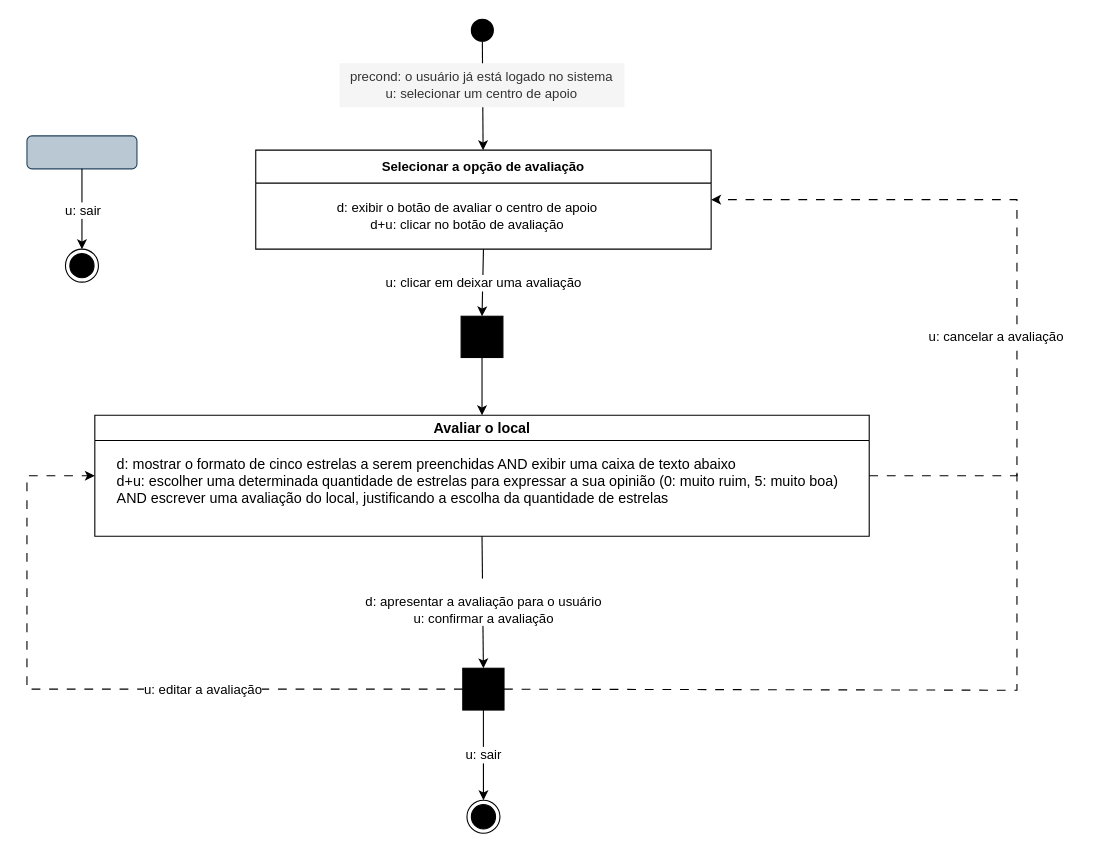
Before: tp ihc - modelagem de interação avaliação.drawio in manuelamfo/TP-IHC-2024-2, a draw.io diagram. Source tidied: cells renumbered, new cells numbered last; positions are measured from the earlier drawing's top-left corner, leaving out a move shared by most shapes. Both pictures are drawn from the tidied source at 110%, with x=0, y=0 at pixel (26, 19).
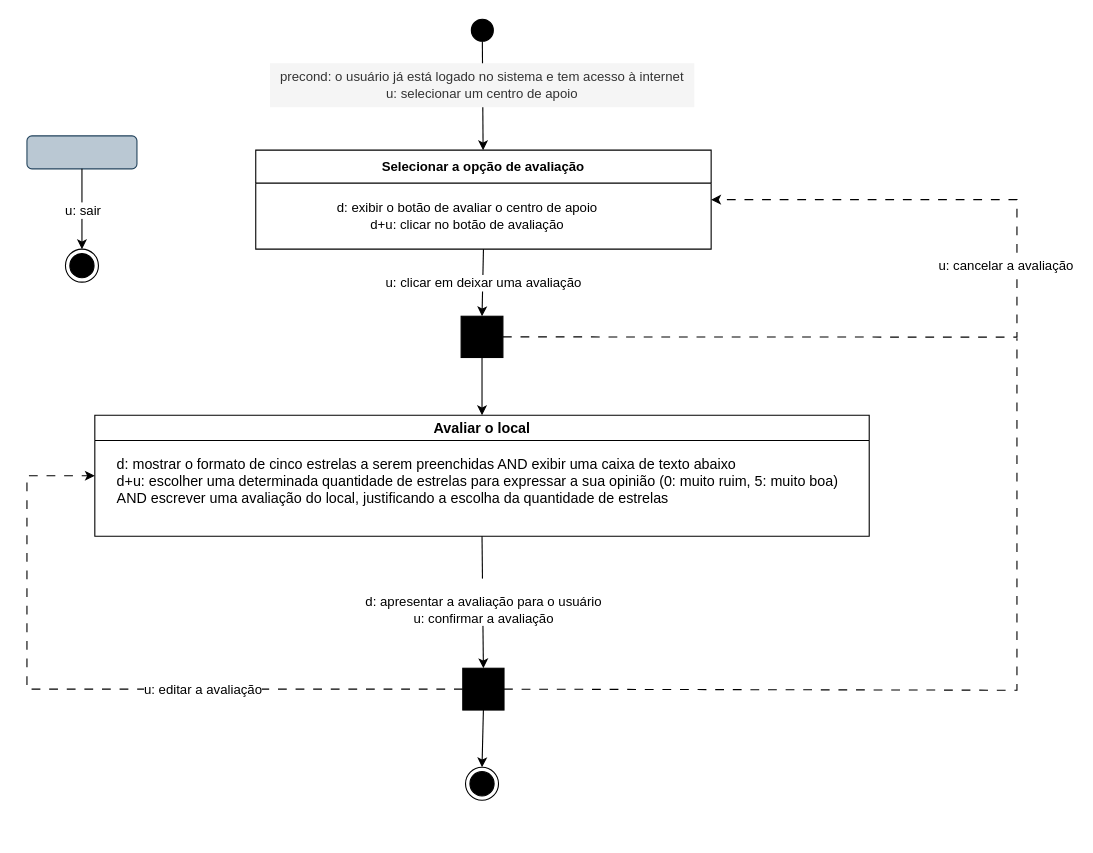
The same diagram, later.

The change refers to these unchanged cells:
```xml
<mxCell id="2" value="&lt;span style=&quot;font-size: 13px;&quot;&gt;Avaliar o local&lt;/span&gt;" style="swimlane;whiteSpace=wrap;html=1;" parent="1" vertex="1">
  <mxGeometry x="61.7" y="360" width="704" height="110" as="geometry" />
</mxCell>
<mxCell id="5" style="whiteSpace=wrap;html=1;fontStyle=1;startSize=23;fillColor=#000000;direction=south;" parent="1" vertex="1">
  <mxGeometry x="396.2" y="590" width="37.5" height="38" as="geometry" />
</mxCell>
<mxCell id="9" style="endArrow=classic;html=1;rounded=0;exitX=1;exitY=0.5;exitDx=0;exitDy=0;entryX=0.5;entryY=0;entryDx=0;entryDy=0;" parent="1" edge="1" source="5" target="8">
  <mxGeometry relative="1" as="geometry" />
</mxCell>
<mxCell id="16" value="Selecionar a opção de avaliação" style="swimlane;whiteSpace=wrap;html=1;startSize=30;" parent="1" vertex="1">
  <mxGeometry x="208" y="119" width="414" height="90" as="geometry" />
</mxCell>
<mxCell id="21" style="whiteSpace=wrap;html=1;fontStyle=1;startSize=23;fillColor=#000000;" parent="1" vertex="1">
  <mxGeometry x="394.7" y="270" width="38" height="37.5" as="geometry" />
</mxCell>
```

Diff of the diagram source:
```diff
@@
     <mxCell id="8" style="ellipse;html=1;shape=endState;fillColor=#000000;strokeColor=#000000;" parent="1" vertex="1">
-      <mxGeometry x="400" y="710" width="30" height="30" as="geometry" />
+      <mxGeometry x="398.7" y="680" width="30" height="30" as="geometry" />
     </mxCell>
@@
-    <mxCell id="10" value="u: sair" style="edgeLabel;html=1;align=center;verticalAlign=middle;fontSize=12;" parent="9" vertex="1">
-      <mxGeometry relative="1" as="geometry" />
-    </mxCell>
@@
-    <mxCell id="18" value="&lt;div style=&quot;&quot;&gt;precond: o usuário já está logado no sistema&lt;/div&gt;&lt;div style=&quot;&quot;&gt;&lt;span style=&quot;background-color: initial;&quot;&gt;u: selecionar um centro de apoio&lt;/span&gt;&lt;/div&gt;" style="text;html=1;align=center;verticalAlign=middle;whiteSpace=wrap;rounded=0;fillColor=#f5f5f5;fontColor=#333333;strokeColor=none;" parent="1" vertex="1">
-      <mxGeometry x="284.2" y="40" width="259" height="40" as="geometry" />
+    <mxCell id="18" value="&lt;div style=&quot;&quot;&gt;precond: o usuário já está logado no sistema e tem acesso à internet&lt;/div&gt;&lt;div style=&quot;&quot;&gt;&lt;span style=&quot;background-color: initial;&quot;&gt;u: selecionar um centro de apoio&lt;/span&gt;&lt;/div&gt;" style="text;html=1;align=center;verticalAlign=middle;whiteSpace=wrap;rounded=0;fillColor=#f5f5f5;fontColor=#333333;strokeColor=none;" parent="1" vertex="1">
+      <mxGeometry x="220.9" y="40" width="385.8" height="40" as="geometry" />
     </mxCell>
@@
-    <mxCell id="23" style="endArrow=classic;html=1;rounded=0;dashed=1;dashPattern=8 8;entryX=1;entryY=0.5;entryDx=0;entryDy=0;exitX=1;exitY=0.5;exitDx=0;exitDy=0;" parent="1" edge="1" source="2" target="16">
+    <mxCell id="23" style="endArrow=classic;html=1;rounded=0;dashed=1;dashPattern=8 8;entryX=1;entryY=0.5;entryDx=0;entryDy=0;exitX=1;exitY=0.5;exitDx=0;exitDy=0;" parent="1" edge="1" source="21" target="16">
       <mxGeometry relative="1" as="geometry">
         <Array as="points">
-          <mxPoint x="900" y="415" />
+          <mxPoint x="900" y="289" />
           <mxPoint x="900" y="164" />
         </Array>
       </mxGeometry>
     </mxCell>
     <mxCell id="24" value="u: cancelar a avaliação" style="edgeLabel;html=1;align=center;verticalAlign=middle;fontSize=12;" parent="23" vertex="1">
       <mxGeometry relative="1" as="geometry">
-        <mxPoint x="-20" y="71" as="offset" />
+        <mxPoint x="22" y="-65" as="offset" />
       </mxGeometry>
     </mxCell>
@@
     <mxCell id="27" style="endArrow=none;html=1;rounded=0;exitX=0.5;exitY=0;exitDx=0;exitDy=0;dashed=1;dashPattern=8 8;" parent="1" edge="1" source="5">
       <mxGeometry relative="1" as="geometry">
-        <mxPoint x="900" y="410" as="targetPoint" />
+        <mxPoint x="900" y="290" as="targetPoint" />
         <Array as="points">
           <mxPoint x="900" y="610" />
         </Array>
       </mxGeometry>
     </mxCell>
```
